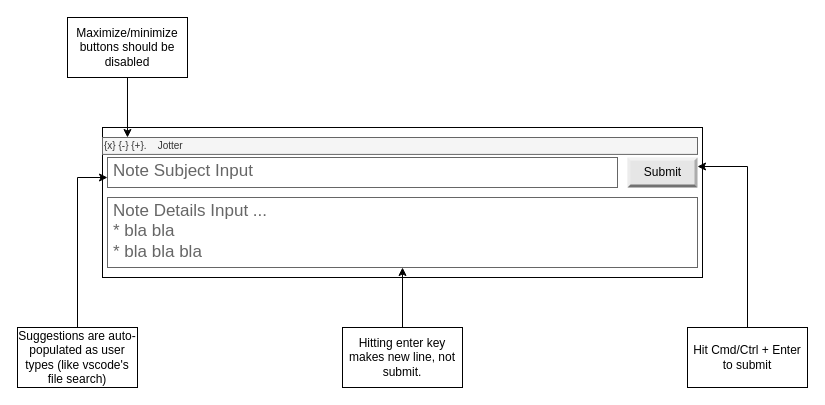
The draw.io diagram diagrams/jotter-design.drawio in jeffbmartinez/jotter, before the edit. Source tidied: cells renumbered, new cells numbered last; positions are measured from the earlier drawing's top-left corner, leaving out a move shared by most shapes. Both pictures are drawn from the tidied source at 100%, with x=0, y=0 at pixel (17, 17).
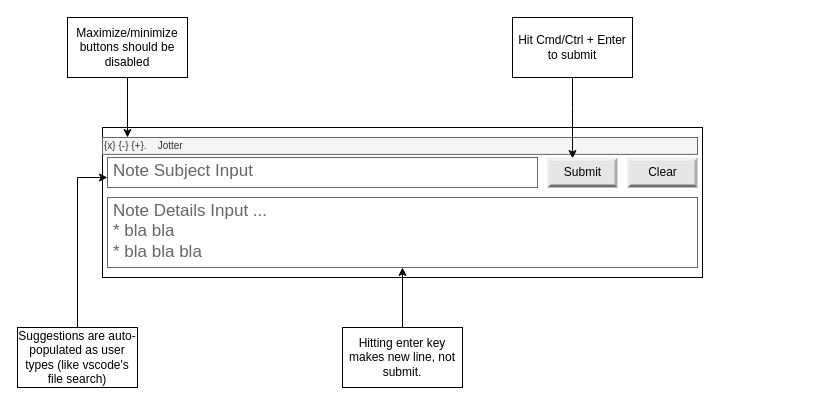
After the change.

Commit message:
Update jotter-design.drawio - add Clear button

Change to the diagram source:
```diff
@@
 <mxGraphModel>
   <root>
     <mxCell id="0" />
     <mxCell id="1" parent="0" />
     <mxCell id="2" style="rounded=0;whiteSpace=wrap;html=1;" parent="1" vertex="1">
       <mxGeometry x="85" y="110" width="600" height="150" as="geometry" />
     </mxCell>
     <mxCell id="3" value="{x} {-} {+}.&amp;nbsp; &amp;nbsp; Jotter" style="whiteSpace=wrap;html=1;shadow=0;dashed=0;fontSize=10;align=left;fillColor=#f5f5f5;strokeColor=#666666;fontColor=#333333;" parent="1" vertex="1">
       <mxGeometry x="85" y="120" width="595" height="16.9" as="geometry" />
     </mxCell>
     <mxCell id="4" value="Note Subject Input" style="strokeWidth=1;shadow=0;dashed=0;align=center;html=1;shape=mxgraph.mockup.text.textBox;fontColor=#666666;align=left;fontSize=17;spacingLeft=4;spacingTop=-3;strokeColor=#666666;mainText=;" parent="1" vertex="1">
-      <mxGeometry x="90" y="140" width="510" height="30" as="geometry" />
+      <mxGeometry x="90" y="140" width="430" height="30" as="geometry" />
     </mxCell>
     <mxCell id="5" value="Note Details Input ...&lt;br&gt;* bla bla&lt;br&gt;* bla bla bla" style="strokeWidth=1;shadow=0;dashed=0;align=center;html=1;shape=mxgraph.mockup.text.textBox;fontColor=#666666;align=left;fontSize=17;spacingLeft=4;spacingTop=-3;strokeColor=#666666;mainText=;" parent="1" vertex="1">
       <mxGeometry x="90" y="180" width="590" height="70" as="geometry" />
     </mxCell>
-    <mxCell id="6" value="Submit" style="labelPosition=center;verticalLabelPosition=middle;align=center;html=1;shape=mxgraph.basic.shaded_button;dx=3;fillColor=#E6E6E6;strokeColor=none;" parent="1" vertex="1">
+    <mxCell id="6" value="Clear" style="labelPosition=center;verticalLabelPosition=middle;align=center;html=1;shape=mxgraph.basic.shaded_button;dx=3;fillColor=#E6E6E6;strokeColor=none;" parent="1" vertex="1">
       <mxGeometry x="610" y="140" width="70" height="30" as="geometry" />
     </mxCell>
-    <mxCell id="7" style="edgeStyle=orthogonalEdgeStyle;rounded=0;jettySize=auto;html=1;entryX=1;entryY=0.3;entryDx=0;entryDy=0;entryPerimeter=0;" parent="1" edge="1" source="8" target="6">
-      <mxGeometry relative="1" as="geometry" />
-    </mxCell>
+    <mxCell id="15" style="edgeStyle=orthogonalEdgeStyle;rounded=0;jettySize=auto;html=1;entryX=0.79;entryY=1.244;entryDx=0;entryDy=0;entryPerimeter=0;" parent="1" edge="1" source="8" target="3">
+      <mxGeometry relative="1" as="geometry" />
+    </mxCell>
     <mxCell id="8" value="Hit Cmd/Ctrl + Enter to submit" style="rounded=0;whiteSpace=wrap;html=1;" parent="1" vertex="1">
-      <mxGeometry x="670" y="310" width="120" height="60" as="geometry" />
+      <mxGeometry x="495" width="120" height="60" as="geometry" />
     </mxCell>
     <mxCell id="9" style="edgeStyle=orthogonalEdgeStyle;rounded=0;jettySize=auto;html=1;" parent="1" edge="1" source="10" target="5">
       <mxGeometry relative="1" as="geometry" />
     </mxCell>
     <mxCell id="10" value="Hitting enter key makes new line, not submit." style="rounded=0;whiteSpace=wrap;html=1;" parent="1" vertex="1">
       <mxGeometry x="325" y="310" width="120" height="60" as="geometry" />
     </mxCell>
     <mxCell id="11" style="edgeStyle=orthogonalEdgeStyle;rounded=0;jettySize=auto;html=1;entryX=0;entryY=0.667;entryDx=0;entryDy=0;entryPerimeter=0;" parent="1" edge="1" source="12" target="4">
       <mxGeometry relative="1" as="geometry" />
     </mxCell>
     <mxCell id="12" value="Suggestions are auto-populated as user types (like vscode's file search)" style="rounded=0;whiteSpace=wrap;html=1;" parent="1" vertex="1">
       <mxGeometry y="310" width="120" height="60" as="geometry" />
     </mxCell>
     <mxCell id="13" style="edgeStyle=orthogonalEdgeStyle;rounded=0;jettySize=auto;html=1;entryX=0.042;entryY=0;entryDx=0;entryDy=0;entryPerimeter=0;" parent="1" edge="1" source="14" target="3">
       <mxGeometry relative="1" as="geometry" />
     </mxCell>
     <mxCell id="14" value="Maximize/minimize buttons should be disabled" style="rounded=0;whiteSpace=wrap;html=1;" parent="1" vertex="1">
       <mxGeometry x="50" width="120" height="60" as="geometry" />
     </mxCell>
+    <mxCell id="16" value="Submit" style="labelPosition=center;verticalLabelPosition=middle;align=center;html=1;shape=mxgraph.basic.shaded_button;dx=3;fillColor=#E6E6E6;strokeColor=none;" parent="1" vertex="1">
+      <mxGeometry x="530" y="140" width="70" height="30" as="geometry" />
+    </mxCell>
   </root>
 </mxGraphModel>
```
